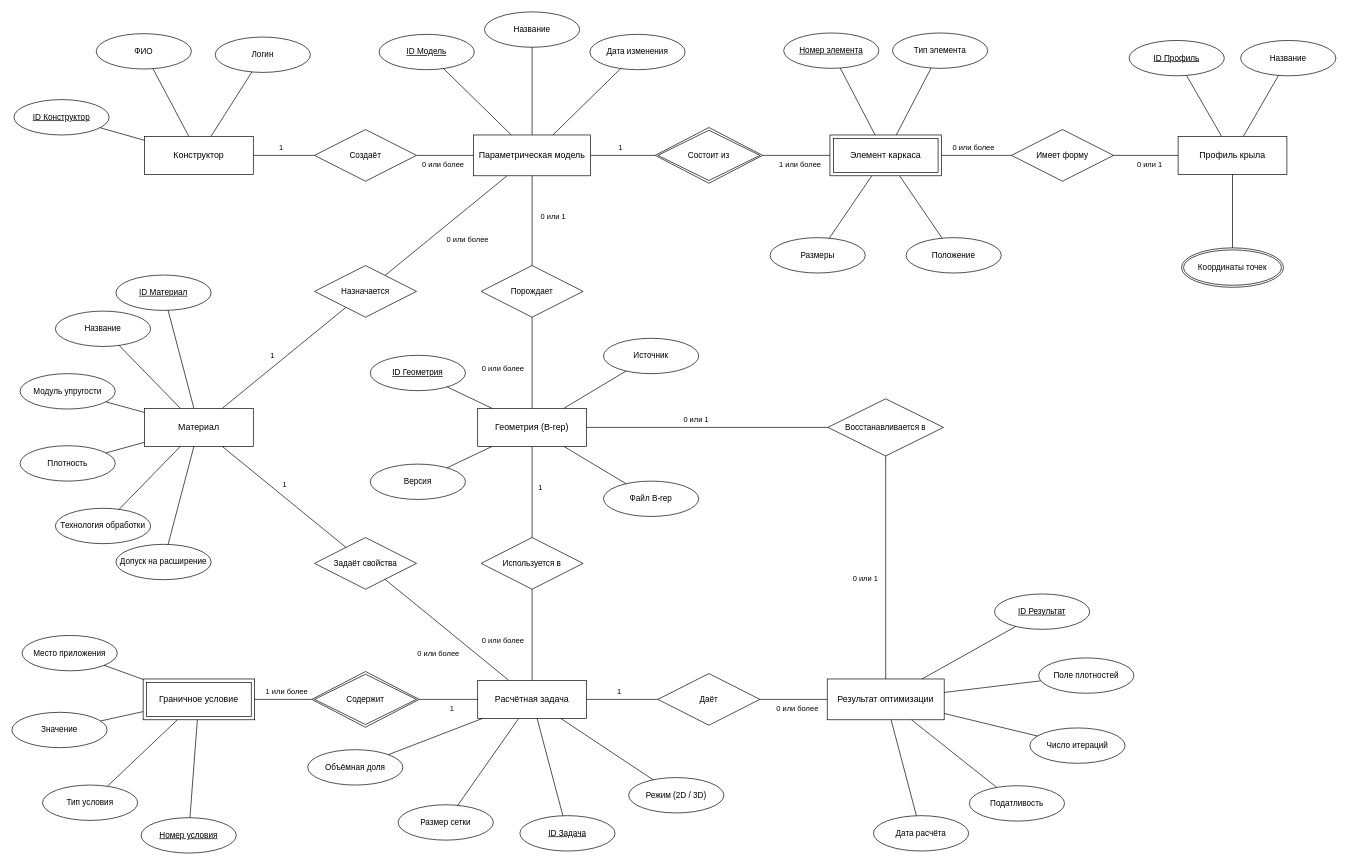
The draw.io diagram docs/erd.drawio in wardjonefscek/Yadryshko-, before the edit. Source tidied: cells renumbered, new cells numbered last; positions are measured from the earlier drawing's top-left corner, leaving out a move shared by most shapes. Both pictures are drawn from the tidied source at 68%, with x=0, y=0 at pixel (12, 12).
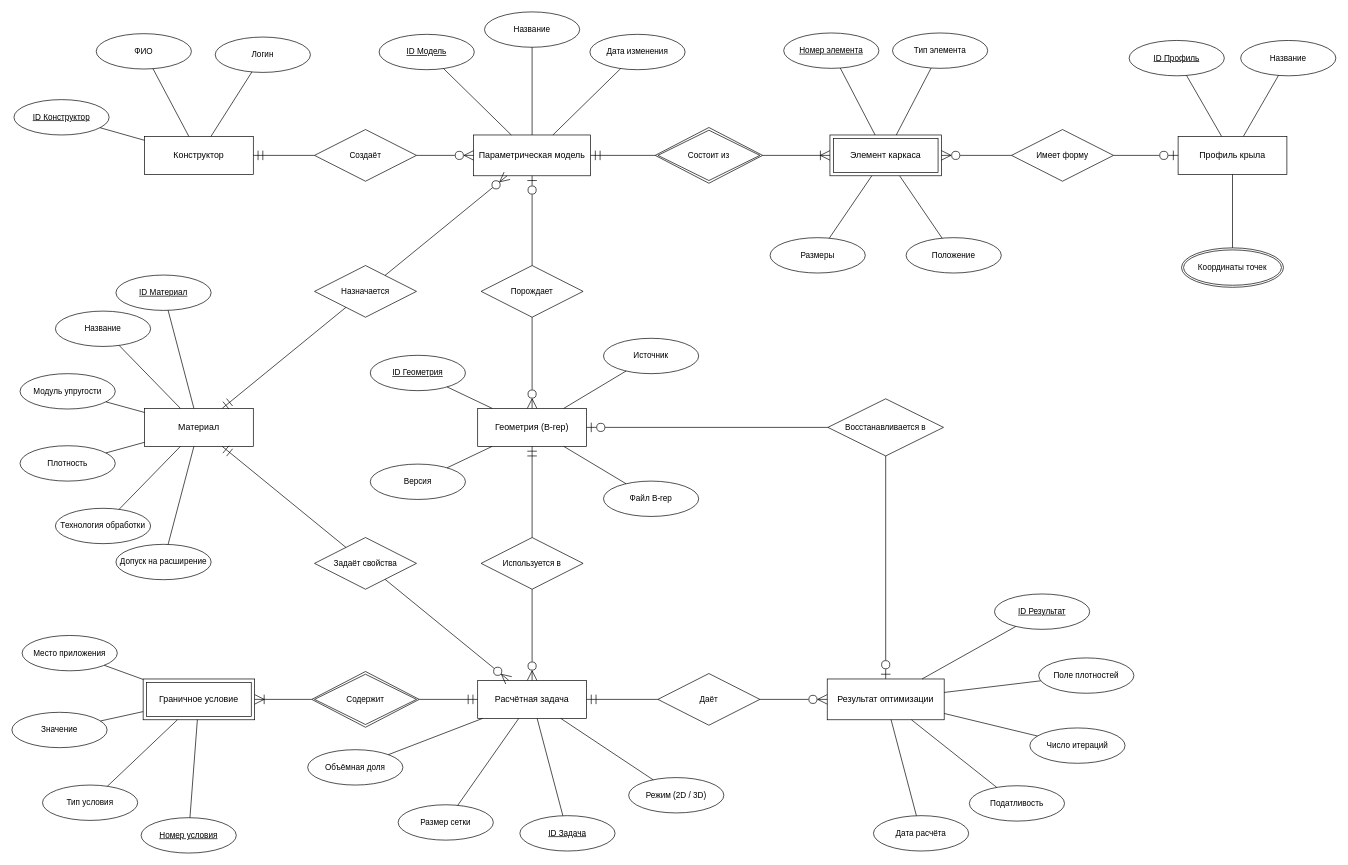
The same diagram, later.

Commit message (it also covers changes not shown here):
docs(erd): bring back crow's-foot markers as in the example

- Link values are shown with crow's-foot markers at the entity end
  (as on the example slide) instead of text labels.
- README 6.7 explains the markers.

Unchanged cells that the change refers to:
```xml
<mxCell id="2" value="Конструктор" style="whiteSpace=wrap;html=1;align=center;fontSize=13;fillColor=#FFFFFF;strokeColor=#000000;fontColor=#000000;" parent="1" vertex="1">
  <mxGeometry x="195" y="183" width="160" height="56" as="geometry" />
</mxCell>
<mxCell id="3" value="Параметрическая модель" style="whiteSpace=wrap;html=1;align=center;fontSize=13;fillColor=#FFFFFF;strokeColor=#000000;fontColor=#000000;" parent="1" vertex="1">
  <mxGeometry x="679" y="181" width="172" height="60" as="geometry" />
</mxCell>
<mxCell id="4" value="Элемент каркаса" style="shape=ext;margin=3;double=1;whiteSpace=wrap;html=1;align=center;fontSize=13;fillColor=#FFFFFF;strokeColor=#000000;fontColor=#000000;" parent="1" vertex="1">
  <mxGeometry x="1203" y="181" width="164" height="60" as="geometry" />
</mxCell>
<mxCell id="5" value="Профиль крыла" style="whiteSpace=wrap;html=1;align=center;fontSize=13;fillColor=#FFFFFF;strokeColor=#000000;fontColor=#000000;" parent="1" vertex="1">
  <mxGeometry x="1715" y="183" width="160" height="56" as="geometry" />
</mxCell>
<mxCell id="6" value="Материал" style="whiteSpace=wrap;html=1;align=center;fontSize=13;fillColor=#FFFFFF;strokeColor=#000000;fontColor=#000000;" parent="1" vertex="1">
  <mxGeometry x="195" y="583" width="160" height="56" as="geometry" />
</mxCell>
<mxCell id="7" value="Геометрия (B-rep)" style="whiteSpace=wrap;html=1;align=center;fontSize=13;fillColor=#FFFFFF;strokeColor=#000000;fontColor=#000000;" parent="1" vertex="1">
  <mxGeometry x="685" y="583" width="160" height="56" as="geometry" />
</mxCell>
<mxCell id="8" value="Расчётная задача" style="whiteSpace=wrap;html=1;align=center;fontSize=13;fillColor=#FFFFFF;strokeColor=#000000;fontColor=#000000;" parent="1" vertex="1">
  <mxGeometry x="685" y="983" width="160" height="56" as="geometry" />
</mxCell>
<mxCell id="9" value="Граничное условие" style="shape=ext;margin=3;double=1;whiteSpace=wrap;html=1;align=center;fontSize=13;fillColor=#FFFFFF;strokeColor=#000000;fontColor=#000000;" parent="1" vertex="1">
  <mxGeometry x="193" y="981" width="164" height="60" as="geometry" />
</mxCell>
<mxCell id="10" value="Результат оптимизации" style="whiteSpace=wrap;html=1;align=center;fontSize=13;fillColor=#FFFFFF;strokeColor=#000000;fontColor=#000000;" parent="1" vertex="1">
  <mxGeometry x="1199" y="981" width="172" height="60" as="geometry" />
</mxCell>
<mxCell id="11" value="Создаёт" style="shape=rhombus;perimeter=rhombusPerimeter;whiteSpace=wrap;html=1;align=center;fontSize=12;fillColor=#FFFFFF;strokeColor=#000000;fontColor=#000000;" parent="1" vertex="1">
  <mxGeometry x="445" y="173" width="150" height="76" as="geometry" />
</mxCell>
<mxCell id="12" value="Состоит из" style="shape=rhombus;double=1;perimeter=rhombusPerimeter;whiteSpace=wrap;html=1;align=center;fontSize=12;fillColor=#FFFFFF;strokeColor=#000000;fontColor=#000000;" parent="1" vertex="1">
  <mxGeometry x="946" y="170" width="158" height="82" as="geometry" />
</mxCell>
<mxCell id="13" value="Имеет форму" style="shape=rhombus;perimeter=rhombusPerimeter;whiteSpace=wrap;html=1;align=center;fontSize=12;fillColor=#FFFFFF;strokeColor=#000000;fontColor=#000000;" parent="1" vertex="1">
  <mxGeometry x="1470" y="173" width="150" height="76" as="geometry" />
</mxCell>
<mxCell id="14" value="Назначается" style="shape=rhombus;perimeter=rhombusPerimeter;whiteSpace=wrap;html=1;align=center;fontSize=12;fillColor=#FFFFFF;strokeColor=#000000;fontColor=#000000;" parent="1" vertex="1">
  <mxGeometry x="445" y="373" width="150" height="76" as="geometry" />
</mxCell>
<mxCell id="15" value="Порождает" style="shape=rhombus;perimeter=rhombusPerimeter;whiteSpace=wrap;html=1;align=center;fontSize=12;fillColor=#FFFFFF;strokeColor=#000000;fontColor=#000000;" parent="1" vertex="1">
  <mxGeometry x="690" y="373" width="150" height="76" as="geometry" />
</mxCell>
<mxCell id="16" value="Восстанавливается в" style="shape=rhombus;perimeter=rhombusPerimeter;whiteSpace=wrap;html=1;align=center;fontSize=12;fillColor=#FFFFFF;strokeColor=#000000;fontColor=#000000;" parent="1" vertex="1">
  <mxGeometry x="1200" y="569" width="170" height="84" as="geometry" />
</mxCell>
<mxCell id="17" value="Задаёт свойства" style="shape=rhombus;perimeter=rhombusPerimeter;whiteSpace=wrap;html=1;align=center;fontSize=12;fillColor=#FFFFFF;strokeColor=#000000;fontColor=#000000;" parent="1" vertex="1">
  <mxGeometry x="445" y="773" width="150" height="76" as="geometry" />
</mxCell>
<mxCell id="18" value="Используется в" style="shape=rhombus;perimeter=rhombusPerimeter;whiteSpace=wrap;html=1;align=center;fontSize=12;fillColor=#FFFFFF;strokeColor=#000000;fontColor=#000000;" parent="1" vertex="1">
  <mxGeometry x="690" y="773" width="150" height="76" as="geometry" />
</mxCell>
<mxCell id="19" value="Содержит" style="shape=rhombus;double=1;perimeter=rhombusPerimeter;whiteSpace=wrap;html=1;align=center;fontSize=12;fillColor=#FFFFFF;strokeColor=#000000;fontColor=#000000;" parent="1" vertex="1">
  <mxGeometry x="441" y="970" width="158" height="82" as="geometry" />
</mxCell>
<mxCell id="20" value="Даёт" style="shape=rhombus;perimeter=rhombusPerimeter;whiteSpace=wrap;html=1;align=center;fontSize=12;fillColor=#FFFFFF;strokeColor=#000000;fontColor=#000000;" parent="1" vertex="1">
  <mxGeometry x="950" y="973" width="150" height="76" as="geometry" />
</mxCell>
```

Change to the diagram source:
```diff
@@
-    <mxCell id="57" style="endArrow=none;html=1;rounded=0;strokeColor=#000000;" parent="1" edge="1" source="11" target="2">
+    <mxCell id="57" style="endArrow=ERmandOne;endFill=0;endSize=12;html=1;rounded=0;strokeColor=#000000;" parent="1" edge="1" source="11" target="2">
       <mxGeometry relative="1" as="geometry" />
     </mxCell>
-    <mxCell id="58" value="1" style="edgeLabel;html=1;align=center;verticalAlign=middle;fontSize=11;labelBackgroundColor=none;fontColor=#000000;" parent="57" vertex="1">
-      <mxGeometry x="0.1" relative="1" as="geometry">
-        <mxPoint y="-12" as="offset" />
-      </mxGeometry>
-    </mxCell>
-    <mxCell id="59" style="endArrow=none;html=1;rounded=0;strokeColor=#000000;" parent="1" edge="1" source="11" target="3">
+    <mxCell id="59" style="endArrow=ERzeroToMany;endFill=0;endSize=12;html=1;rounded=0;strokeColor=#000000;" parent="1" edge="1" source="11" target="3">
       <mxGeometry relative="1" as="geometry" />
     </mxCell>
-    <mxCell id="60" value="0 или более" style="edgeLabel;html=1;align=center;verticalAlign=middle;fontSize=11;labelBackgroundColor=none;fontColor=#000000;" parent="59" vertex="1">
-      <mxGeometry x="-0.1" relative="1" as="geometry">
-        <mxPoint y="12" as="offset" />
-      </mxGeometry>
-    </mxCell>
-    <mxCell id="61" style="endArrow=none;html=1;rounded=0;strokeColor=#000000;" parent="1" edge="1" source="12" target="3">
+    <mxCell id="61" style="endArrow=ERmandOne;endFill=0;endSize=12;html=1;rounded=0;strokeColor=#000000;" parent="1" edge="1" source="12" target="3">
       <mxGeometry relative="1" as="geometry" />
     </mxCell>
-    <mxCell id="62" value="1" style="edgeLabel;html=1;align=center;verticalAlign=middle;fontSize=11;labelBackgroundColor=none;fontColor=#000000;" parent="61" vertex="1">
-      <mxGeometry x="0.1" relative="1" as="geometry">
-        <mxPoint y="-12" as="offset" />
-      </mxGeometry>
-    </mxCell>
-    <mxCell id="63" style="endArrow=none;html=1;rounded=0;strokeColor=#000000;" parent="1" edge="1" source="12" target="4">
+    <mxCell id="63" style="endArrow=ERoneToMany;endFill=0;endSize=12;html=1;rounded=0;strokeColor=#000000;" parent="1" edge="1" source="12" target="4">
       <mxGeometry relative="1" as="geometry" />
     </mxCell>
-    <mxCell id="64" value="1 или более" style="edgeLabel;html=1;align=center;verticalAlign=middle;fontSize=11;labelBackgroundColor=none;fontColor=#000000;" parent="63" vertex="1">
-      <mxGeometry x="0.1" relative="1" as="geometry">
-        <mxPoint y="12" as="offset" />
-      </mxGeometry>
-    </mxCell>
-    <mxCell id="65" style="endArrow=none;html=1;rounded=0;strokeColor=#000000;" parent="1" edge="1" source="13" target="4">
+    <mxCell id="65" style="endArrow=ERzeroToMany;endFill=0;endSize=12;html=1;rounded=0;strokeColor=#000000;" parent="1" edge="1" source="13" target="4">
       <mxGeometry relative="1" as="geometry" />
     </mxCell>
-    <mxCell id="66" value="0 или более" style="edgeLabel;html=1;align=center;verticalAlign=middle;fontSize=11;labelBackgroundColor=none;fontColor=#000000;" parent="65" vertex="1">
-      <mxGeometry x="0.1" relative="1" as="geometry">
-        <mxPoint y="-12" as="offset" />
-      </mxGeometry>
-    </mxCell>
-    <mxCell id="67" style="endArrow=none;html=1;rounded=0;strokeColor=#000000;" parent="1" edge="1" source="13" target="5">
+    <mxCell id="67" style="endArrow=ERzeroToOne;endFill=0;endSize=12;html=1;rounded=0;strokeColor=#000000;" parent="1" edge="1" source="13" target="5">
       <mxGeometry relative="1" as="geometry" />
     </mxCell>
-    <mxCell id="68" value="0 или 1" style="edgeLabel;html=1;align=center;verticalAlign=middle;fontSize=11;labelBackgroundColor=none;fontColor=#000000;" parent="67" vertex="1">
-      <mxGeometry x="0.1" relative="1" as="geometry">
-        <mxPoint y="12" as="offset" />
-      </mxGeometry>
-    </mxCell>
-    <mxCell id="69" style="endArrow=none;html=1;rounded=0;strokeColor=#000000;" parent="1" edge="1" source="14" target="6">
+    <mxCell id="69" style="endArrow=ERmandOne;endFill=0;endSize=12;html=1;rounded=0;strokeColor=#000000;" parent="1" edge="1" source="14" target="6">
       <mxGeometry relative="1" as="geometry" />
     </mxCell>
-    <mxCell id="70" value="1" style="edgeLabel;html=1;align=center;verticalAlign=middle;fontSize=11;labelBackgroundColor=none;fontColor=#000000;" parent="69" vertex="1">
-      <mxGeometry x="0.1" relative="1" as="geometry">
-        <mxPoint x="-9.3" y="-11.4" as="offset" />
-      </mxGeometry>
-    </mxCell>
-    <mxCell id="71" style="endArrow=none;html=1;rounded=0;strokeColor=#000000;" parent="1" edge="1" source="14" target="3">
+    <mxCell id="71" style="endArrow=ERzeroToMany;endFill=0;endSize=12;html=1;rounded=0;strokeColor=#000000;" parent="1" edge="1" source="14" target="3">
       <mxGeometry relative="1" as="geometry" />
     </mxCell>
-    <mxCell id="72" value="0 или более" style="edgeLabel;html=1;align=center;verticalAlign=middle;fontSize=11;labelBackgroundColor=none;fontColor=#000000;" parent="71" vertex="1">
-      <mxGeometry x="0.1" relative="1" as="geometry">
-        <mxPoint x="22.1" y="27.1" as="offset" />
-      </mxGeometry>
-    </mxCell>
-    <mxCell id="73" style="endArrow=none;html=1;rounded=0;strokeColor=#000000;" parent="1" edge="1" source="15" target="3">
+    <mxCell id="73" style="endArrow=ERzeroToOne;endFill=0;endSize=12;html=1;rounded=0;strokeColor=#000000;" parent="1" edge="1" source="15" target="3">
       <mxGeometry relative="1" as="geometry" />
     </mxCell>
-    <mxCell id="74" value="0 или 1" style="edgeLabel;html=1;align=center;verticalAlign=middle;fontSize=11;labelBackgroundColor=none;fontColor=#000000;" parent="73" vertex="1">
-      <mxGeometry x="0.1" relative="1" as="geometry">
-        <mxPoint x="30.4" as="offset" />
-      </mxGeometry>
-    </mxCell>
-    <mxCell id="75" style="endArrow=none;html=1;rounded=0;strokeColor=#000000;" parent="1" edge="1" source="15" target="7">
+    <mxCell id="75" style="endArrow=ERzeroToMany;endFill=0;endSize=12;html=1;rounded=0;strokeColor=#000000;" parent="1" edge="1" source="15" target="7">
       <mxGeometry relative="1" as="geometry" />
     </mxCell>
-    <mxCell id="76" value="0 или более" style="edgeLabel;html=1;align=center;verticalAlign=middle;fontSize=11;labelBackgroundColor=none;fontColor=#000000;" parent="75" vertex="1">
-      <mxGeometry x="0.1" relative="1" as="geometry">
-        <mxPoint x="-43.2" as="offset" />
-      </mxGeometry>
-    </mxCell>
-    <mxCell id="77" style="endArrow=none;html=1;rounded=0;strokeColor=#000000;" parent="1" edge="1" source="16" target="10">
+    <mxCell id="77" style="endArrow=ERzeroToOne;endFill=0;endSize=12;html=1;rounded=0;strokeColor=#000000;" parent="1" edge="1" source="16" target="10">
       <mxGeometry relative="1" as="geometry" />
     </mxCell>
-    <mxCell id="78" value="0 или 1" style="edgeLabel;html=1;align=center;verticalAlign=middle;fontSize=11;labelBackgroundColor=none;fontColor=#000000;" parent="77" vertex="1">
-      <mxGeometry x="0.1" relative="1" as="geometry">
-        <mxPoint x="-30.4" as="offset" />
-      </mxGeometry>
-    </mxCell>
-    <mxCell id="79" style="endArrow=none;html=1;rounded=0;strokeColor=#000000;" parent="1" edge="1" source="16" target="7">
+    <mxCell id="79" style="endArrow=ERzeroToOne;endFill=0;endSize=12;html=1;rounded=0;strokeColor=#000000;" parent="1" edge="1" source="16" target="7">
       <mxGeometry relative="1" as="geometry" />
     </mxCell>
-    <mxCell id="80" value="0 или 1" style="edgeLabel;html=1;align=center;verticalAlign=middle;fontSize=11;labelBackgroundColor=none;fontColor=#000000;" parent="79" vertex="1">
-      <mxGeometry x="0.1" relative="1" as="geometry">
-        <mxPoint y="-12" as="offset" />
-      </mxGeometry>
-    </mxCell>
-    <mxCell id="81" style="endArrow=none;html=1;rounded=0;strokeColor=#000000;" parent="1" edge="1" source="17" target="6">
+    <mxCell id="81" style="endArrow=ERmandOne;endFill=0;endSize=12;html=1;rounded=0;strokeColor=#000000;" parent="1" edge="1" source="17" target="6">
       <mxGeometry relative="1" as="geometry" />
     </mxCell>
-    <mxCell id="82" value="1" style="edgeLabel;html=1;align=center;verticalAlign=middle;fontSize=11;labelBackgroundColor=none;fontColor=#000000;" parent="81" vertex="1">
-      <mxGeometry x="0.1" relative="1" as="geometry">
-        <mxPoint x="9.3" y="-11.4" as="offset" />
-      </mxGeometry>
-    </mxCell>
-    <mxCell id="83" style="endArrow=none;html=1;rounded=0;strokeColor=#000000;" parent="1" edge="1" source="17" target="8">
+    <mxCell id="83" style="endArrow=ERzeroToMany;endFill=0;endSize=12;html=1;rounded=0;strokeColor=#000000;" parent="1" edge="1" source="17" target="8">
       <mxGeometry relative="1" as="geometry" />
     </mxCell>
-    <mxCell id="84" value="0 или более" style="edgeLabel;html=1;align=center;verticalAlign=middle;fontSize=11;labelBackgroundColor=none;fontColor=#000000;" parent="83" vertex="1">
-      <mxGeometry x="0.1" relative="1" as="geometry">
-        <mxPoint x="-22.1" y="27.1" as="offset" />
-      </mxGeometry>
-    </mxCell>
-    <mxCell id="85" style="endArrow=none;html=1;rounded=0;strokeColor=#000000;" parent="1" edge="1" source="18" target="7">
+    <mxCell id="85" style="endArrow=ERmandOne;endFill=0;endSize=12;html=1;rounded=0;strokeColor=#000000;" parent="1" edge="1" source="18" target="7">
       <mxGeometry relative="1" as="geometry" />
     </mxCell>
-    <mxCell id="86" value="1" style="edgeLabel;html=1;align=center;verticalAlign=middle;fontSize=11;labelBackgroundColor=none;fontColor=#000000;" parent="85" vertex="1">
-      <mxGeometry x="0.1" relative="1" as="geometry">
-        <mxPoint x="11.2" as="offset" />
-      </mxGeometry>
-    </mxCell>
-    <mxCell id="87" style="endArrow=none;html=1;rounded=0;strokeColor=#000000;" parent="1" edge="1" source="18" target="8">
+    <mxCell id="87" style="endArrow=ERzeroToMany;endFill=0;endSize=12;html=1;rounded=0;strokeColor=#000000;" parent="1" edge="1" source="18" target="8">
       <mxGeometry relative="1" as="geometry" />
     </mxCell>
-    <mxCell id="88" value="0 или более" style="edgeLabel;html=1;align=center;verticalAlign=middle;fontSize=11;labelBackgroundColor=none;fontColor=#000000;" parent="87" vertex="1">
-      <mxGeometry x="0.1" relative="1" as="geometry">
-        <mxPoint x="-43.2" as="offset" />
-      </mxGeometry>
-    </mxCell>
-    <mxCell id="89" style="endArrow=none;html=1;rounded=0;strokeColor=#000000;" parent="1" edge="1" source="19" target="8">
+    <mxCell id="89" style="endArrow=ERmandOne;endFill=0;endSize=12;html=1;rounded=0;strokeColor=#000000;" parent="1" edge="1" source="19" target="8">
       <mxGeometry relative="1" as="geometry" />
     </mxCell>
-    <mxCell id="90" value="1" style="edgeLabel;html=1;align=center;verticalAlign=middle;fontSize=11;labelBackgroundColor=none;fontColor=#000000;" parent="89" vertex="1">
-      <mxGeometry x="0.1" relative="1" as="geometry">
-        <mxPoint y="12" as="offset" />
-      </mxGeometry>
-    </mxCell>
-    <mxCell id="91" style="endArrow=none;html=1;rounded=0;strokeColor=#000000;" parent="1" edge="1" source="19" target="9">
+    <mxCell id="91" style="endArrow=ERoneToMany;endFill=0;endSize=12;html=1;rounded=0;strokeColor=#000000;" parent="1" edge="1" source="19" target="9">
       <mxGeometry relative="1" as="geometry" />
     </mxCell>
-    <mxCell id="92" value="1 или более" style="edgeLabel;html=1;align=center;verticalAlign=middle;fontSize=11;labelBackgroundColor=none;fontColor=#000000;" parent="91" vertex="1">
-      <mxGeometry x="-0.1" relative="1" as="geometry">
-        <mxPoint y="-12" as="offset" />
-      </mxGeometry>
-    </mxCell>
-    <mxCell id="93" style="endArrow=none;html=1;rounded=0;strokeColor=#000000;" parent="1" edge="1" source="20" target="8">
+    <mxCell id="93" style="endArrow=ERmandOne;endFill=0;endSize=12;html=1;rounded=0;strokeColor=#000000;" parent="1" edge="1" source="20" target="8">
       <mxGeometry relative="1" as="geometry" />
     </mxCell>
-    <mxCell id="94" value="1" style="edgeLabel;html=1;align=center;verticalAlign=middle;fontSize=11;labelBackgroundColor=none;fontColor=#000000;" parent="93" vertex="1">
-      <mxGeometry x="0.1" relative="1" as="geometry">
-        <mxPoint y="-12" as="offset" />
-      </mxGeometry>
-    </mxCell>
-    <mxCell id="95" style="endArrow=none;html=1;rounded=0;strokeColor=#000000;" parent="1" edge="1" source="20" target="10">
+    <mxCell id="95" style="endArrow=ERzeroToMany;endFill=0;endSize=12;html=1;rounded=0;strokeColor=#000000;" parent="1" edge="1" source="20" target="10">
       <mxGeometry relative="1" as="geometry" />
     </mxCell>
-    <mxCell id="96" value="0 или более" style="edgeLabel;html=1;align=center;verticalAlign=middle;fontSize=11;labelBackgroundColor=none;fontColor=#000000;" parent="95" vertex="1">
-      <mxGeometry x="0.1" relative="1" as="geometry">
-        <mxPoint y="12" as="offset" />
-      </mxGeometry>
-    </mxCell>
```
